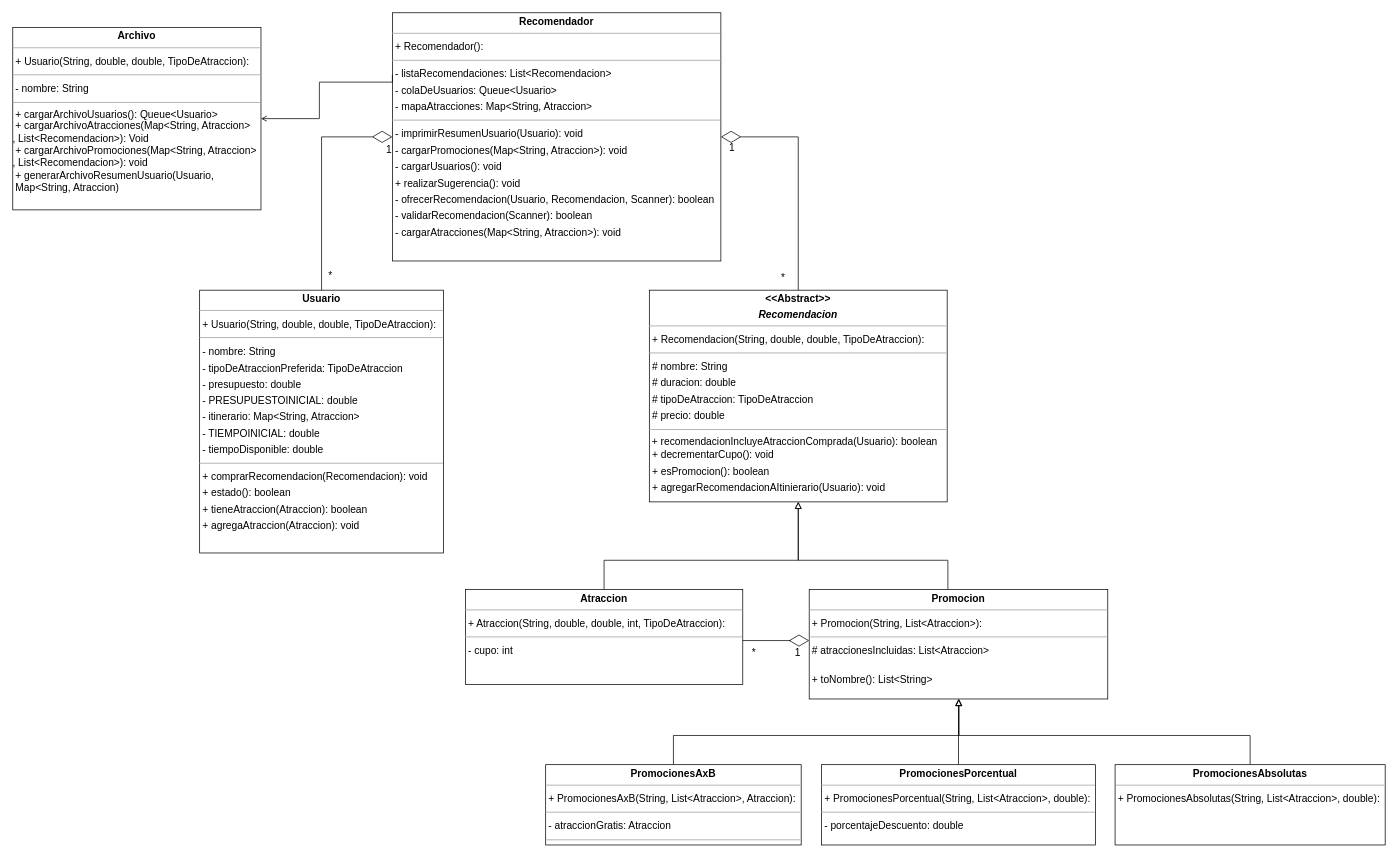
Before: Diagrama de Clases.drawio in IvanOAn/Turismo-en-la-Tierra-Media-, a draw.io diagram. Source tidied: cells renumbered, new cells numbered last; positions are measured from the earlier drawing's top-left corner, leaving out a move shared by most shapes. Both pictures are drawn from the tidied source at 73%, with x=0, y=0 at pixel (12, 12).
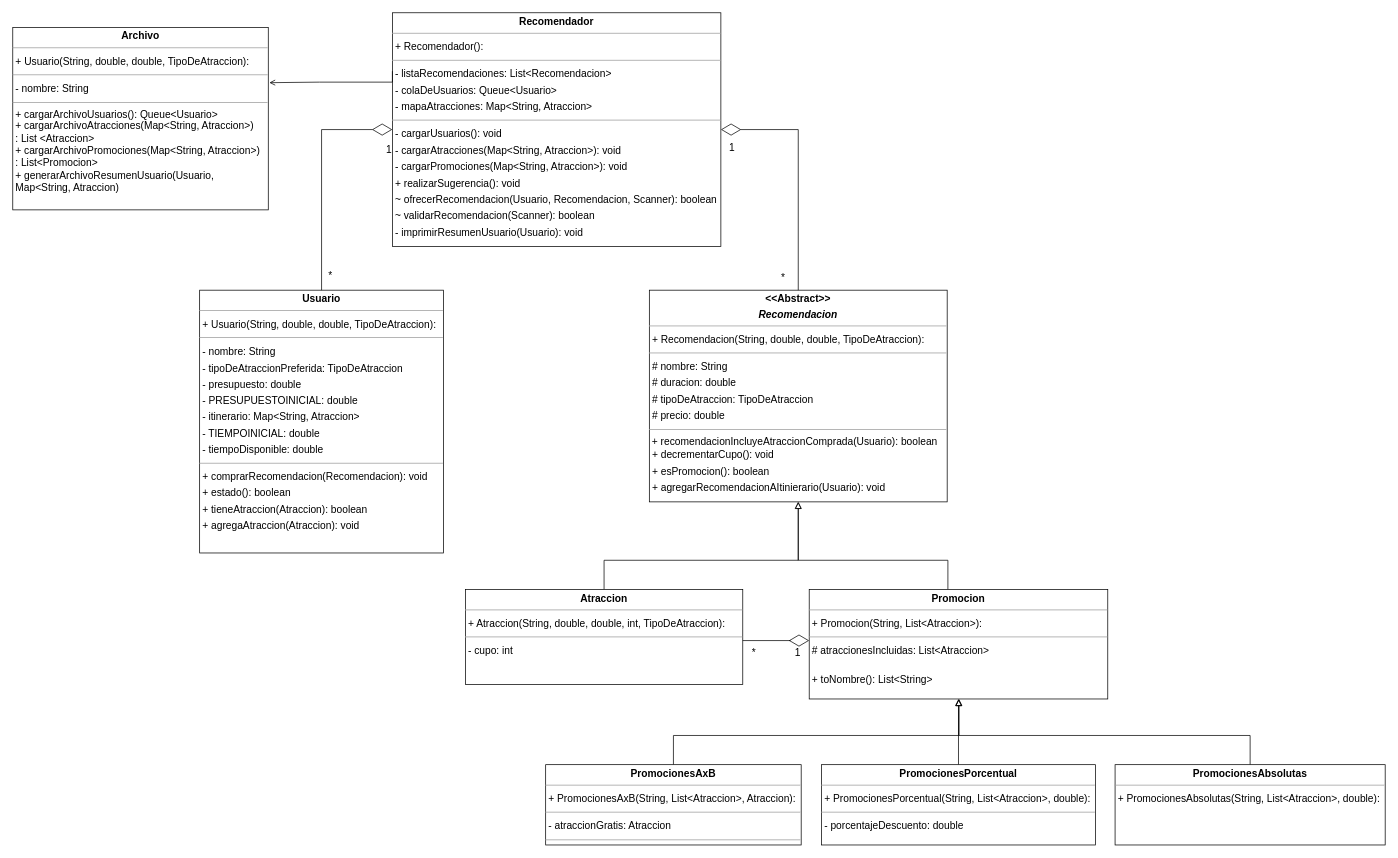
The same page after the edit.

Commit message (it also covers changes not shown here):
Cambio en Test Promocion y Diagrama

Change to the diagram source:
```diff
@@
-    <mxCell id="13" value="&lt;p style=&quot;margin:0px;margin-top:4px;text-align:center;&quot;&gt;&lt;b&gt;Recomendador&lt;/b&gt;&lt;/p&gt;&lt;hr size=&quot;1&quot;&gt;&lt;p style=&quot;margin:0 0 0 4px;line-height:1.6;&quot;&gt;+ Recomendador(): &lt;/p&gt;&lt;hr size=&quot;1&quot;&gt;&lt;p style=&quot;margin:0 0 0 4px;line-height:1.6;&quot;&gt;- listaRecomendaciones: List&amp;lt;Recomendacion&amp;gt;&lt;br&gt;- colaDeUsuarios: Queue&amp;lt;Usuario&amp;gt;&lt;/p&gt;&lt;p style=&quot;margin:0 0 0 4px;line-height:1.6;&quot;&gt;- mapaAtracciones: Map&amp;lt;String, Atraccion&amp;gt;&lt;br&gt;&lt;/p&gt;&lt;hr size=&quot;1&quot;&gt;&lt;p style=&quot;margin:0 0 0 4px;line-height:1.6;&quot;&gt;- imprimirResumenUsuario(Usuario): void&lt;br&gt;- cargarPromociones(Map&amp;lt;String, Atraccion&amp;gt;): void&lt;br&gt;- cargarUsuarios(): void&lt;br&gt;+ realizarSugerencia(): void&lt;br&gt;- ofrecerRecomendacion(Usuario, Recomendacion, Scanner): boolean&lt;br&gt;- validarRecomendacion(Scanner): boolean&lt;br&gt;- cargarAtracciones(Map&amp;lt;String, Atraccion&amp;gt;): void&lt;/p&gt;" style="verticalAlign=top;align=left;overflow=fill;fontSize=14;fontFamily=Helvetica;html=1;rounded=0;shadow=0;comic=0;labelBackgroundColor=none;strokeWidth=1;" parent="1" vertex="1">
-      <mxGeometry x="520" width="450" height="340" as="geometry" />
+    <mxCell id="13" value="&lt;p style=&quot;margin:0px;margin-top:4px;text-align:center;&quot;&gt;&lt;b&gt;Recomendador&lt;/b&gt;&lt;/p&gt;&lt;hr size=&quot;1&quot;&gt;&lt;p style=&quot;margin:0 0 0 4px;line-height:1.6;&quot;&gt;+ Recomendador(): &lt;/p&gt;&lt;hr size=&quot;1&quot;&gt;&lt;p style=&quot;margin:0 0 0 4px;line-height:1.6;&quot;&gt;- listaRecomendaciones: List&amp;lt;Recomendacion&amp;gt;&lt;br&gt;- colaDeUsuarios: Queue&amp;lt;Usuario&amp;gt;&lt;/p&gt;&lt;p style=&quot;margin:0 0 0 4px;line-height:1.6;&quot;&gt;- mapaAtracciones: Map&amp;lt;String, Atraccion&amp;gt;&lt;br&gt;&lt;/p&gt;&lt;hr size=&quot;1&quot;&gt;&lt;p style=&quot;margin:0 0 0 4px;line-height:1.6;&quot;&gt;- cargarUsuarios(): void&lt;/p&gt;&lt;p style=&quot;margin:0 0 0 4px;line-height:1.6;&quot;&gt;- cargarAtracciones(Map&amp;lt;String, Atraccion&amp;gt;): void&lt;/p&gt;&lt;p style=&quot;margin:0 0 0 4px;line-height:1.6;&quot;&gt;- cargarPromociones(Map&amp;lt;String, Atraccion&amp;gt;): void&lt;br&gt;+ realizarSugerencia(): void&lt;br&gt;~ ofrecerRecomendacion(Usuario, Recomendacion, Scanner): boolean&lt;br&gt;~ validarRecomendacion(Scanner): boolean&lt;br&gt;&lt;/p&gt;&lt;p style=&quot;margin:0 0 0 4px;line-height:1.6;&quot;&gt;- imprimirResumenUsuario(Usuario): void&lt;br&gt;&lt;/p&gt;" style="verticalAlign=top;align=left;overflow=fill;fontSize=14;fontFamily=Helvetica;html=1;rounded=0;shadow=0;comic=0;labelBackgroundColor=none;strokeWidth=1;" parent="1" vertex="1">
+      <mxGeometry x="520" width="450" height="320" as="geometry" />
     </mxCell>
@@
-    <mxCell id="28" style="edgeStyle=orthogonalEdgeStyle;rounded=0;jettySize=auto;html=1;entryX=1;entryY=0.5;entryDx=0;entryDy=0;endArrow=open;endFill=0;exitX=0;exitY=0.25;exitDx=0;exitDy=0;" parent="1" edge="1" source="13" target="29">
+    <mxCell id="28" style="edgeStyle=orthogonalEdgeStyle;rounded=0;jettySize=auto;html=1;endArrow=open;endFill=0;exitX=0;exitY=0.25;exitDx=0;exitDy=0;entryX=1.004;entryY=0.303;entryDx=0;entryDy=0;entryPerimeter=0;" parent="1" edge="1" source="13" target="29">
       <mxGeometry relative="1" as="geometry">
         <Array as="points">
+          <mxPoint x="520" y="95" />
           <mxPoint x="420" y="95" />
-          <mxPoint x="420" y="145" />
+          <mxPoint x="420" y="96" />
         </Array>
       </mxGeometry>
     </mxCell>
-    <mxCell id="29" value="&lt;p style=&quot;margin:0px;margin-top:4px;text-align:center;&quot;&gt;&lt;b&gt;Archivo&lt;/b&gt;&lt;br&gt;&lt;/p&gt;&lt;hr size=&quot;1&quot;&gt;&lt;p style=&quot;margin:0 0 0 4px;line-height:1.6;&quot;&gt;+ Usuario(String, double, double, TipoDeAtraccion): &lt;/p&gt;&lt;hr size=&quot;1&quot;&gt;&lt;p style=&quot;margin:0 0 0 4px;line-height:1.6;&quot;&gt;- nombre: String&lt;/p&gt;&lt;hr size=&quot;1&quot;&gt;&lt;div&gt;&amp;nbsp;+ cargarArchivoUsuarios(): Queue&amp;lt;Usuario&amp;gt;&lt;/div&gt;&lt;div&gt;&amp;nbsp;+ cargarArchivoAtracciones(Map&amp;lt;String, Atraccion&amp;gt;&lt;/div&gt;&lt;div&gt;, List&amp;lt;Recomendacion&amp;gt;): Void&lt;/div&gt;&lt;div&gt;&amp;nbsp;+ cargarArchivoPromociones(Map&amp;lt;String, Atraccion&amp;gt;&lt;/div&gt;&lt;div&gt;, List&amp;lt;Recomendacion&amp;gt;): void&lt;/div&gt;&lt;div&gt;&amp;nbsp;+ generarArchivoResumenUsuario(Usuario,&lt;/div&gt;&lt;div&gt;&amp;nbsp;Map&amp;lt;String, Atraccion)&lt;/div&gt;" style="verticalAlign=top;align=left;overflow=fill;fontSize=14;fontFamily=Helvetica;html=1;rounded=0;shadow=0;comic=0;labelBackgroundColor=none;strokeWidth=1;" parent="1" vertex="1">
-      <mxGeometry y="20" width="340" height="250" as="geometry" />
+    <mxCell id="29" value="&lt;p style=&quot;margin:0px;margin-top:4px;text-align:center;&quot;&gt;&lt;b&gt;Archivo&lt;/b&gt;&lt;br&gt;&lt;/p&gt;&lt;hr size=&quot;1&quot;&gt;&lt;p style=&quot;margin:0 0 0 4px;line-height:1.6;&quot;&gt;+ Usuario(String, double, double, TipoDeAtraccion): &lt;/p&gt;&lt;hr size=&quot;1&quot;&gt;&lt;p style=&quot;margin:0 0 0 4px;line-height:1.6;&quot;&gt;- nombre: String&lt;/p&gt;&lt;hr size=&quot;1&quot;&gt;&lt;div&gt;&amp;nbsp;+ cargarArchivoUsuarios(): Queue&amp;lt;Usuario&amp;gt;&lt;/div&gt;&lt;div&gt;&amp;nbsp;+ cargarArchivoAtracciones(Map&amp;lt;String, Atraccion&amp;gt;&lt;span style=&quot;background-color: initial;&quot;&gt;)&lt;/span&gt;&lt;/div&gt;&lt;div&gt;&lt;span style=&quot;background-color: initial;&quot;&gt;&amp;nbsp;: List &amp;lt;Atraccion&amp;gt;&amp;nbsp;&lt;/span&gt;&lt;/div&gt;&lt;div&gt;&lt;span style=&quot;background-color: initial;&quot;&gt;&amp;nbsp;+ cargarArchivoPromociones(Map&amp;lt;String, Atraccion&amp;gt;)&lt;/span&gt;&lt;/div&gt;&lt;div&gt;&amp;nbsp;: List&amp;lt;Promocion&amp;gt;&lt;/div&gt;&lt;div&gt;&amp;nbsp;+ generarArchivoResumenUsuario(Usuario,&lt;/div&gt;&lt;div&gt;&amp;nbsp;Map&amp;lt;String, Atraccion)&lt;/div&gt;" style="verticalAlign=top;align=left;overflow=fill;fontSize=14;fontFamily=Helvetica;html=1;rounded=0;shadow=0;comic=0;labelBackgroundColor=none;strokeWidth=1;" parent="1" vertex="1">
+      <mxGeometry y="20" width="350" height="250" as="geometry" />
     </mxCell>
```
